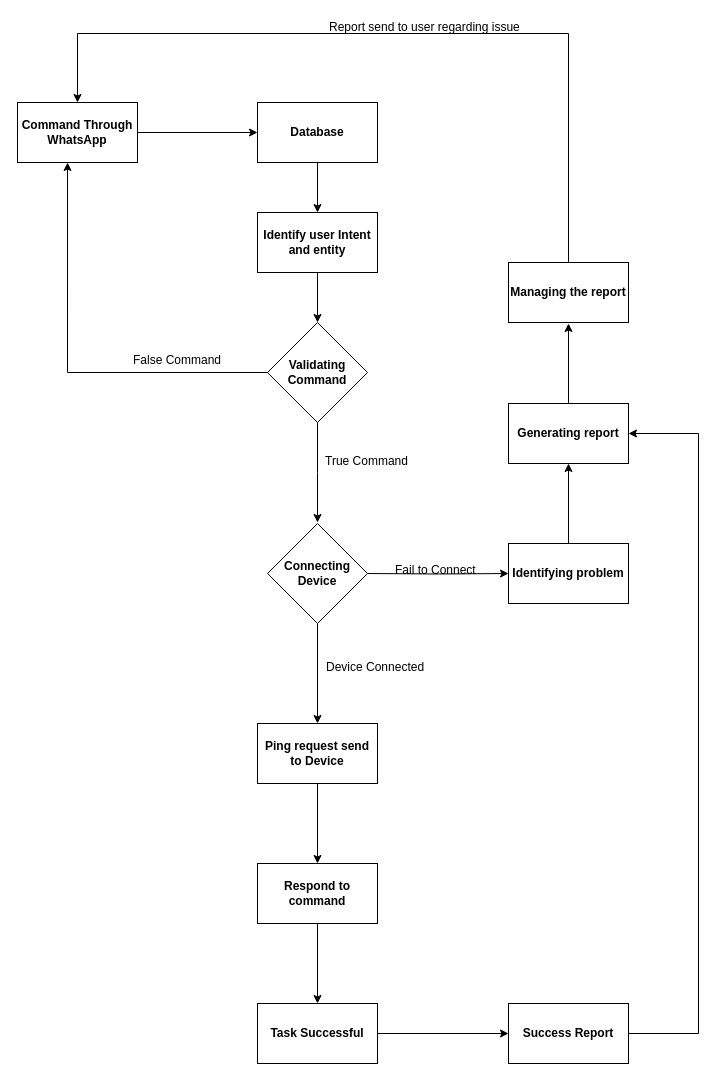
Rakholia1842/ERDiagram keeps this draw.io diagram as Untitled Diagram.drawio. Above is the earlier version. Source tidied: cells renumbered, new cells numbered last; positions are measured from the earlier drawing's top-left corner, leaving out a move shared by most shapes. Both pictures are drawn from the tidied source at 100%, with x=0, y=0 at pixel (17, 17).
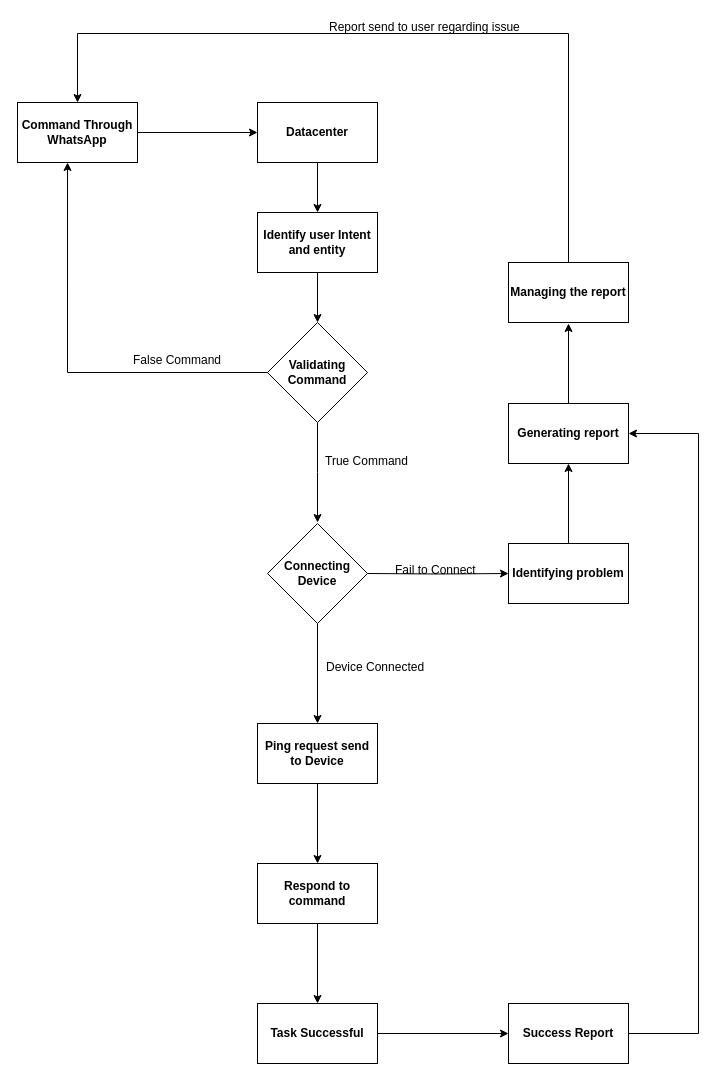
The same page after the edit.

The edit, as a diff of the source:
```diff
@@
-    <mxCell id="5" value="&lt;b&gt;Database&lt;/b&gt;" style="rounded=0;whiteSpace=wrap;html=1;align=center;" parent="1" vertex="1">
+    <mxCell id="5" value="&lt;b&gt;Datacenter&lt;/b&gt;" style="rounded=0;whiteSpace=wrap;html=1;align=center;" parent="1" vertex="1">
       <mxGeometry x="240" y="85" width="120" height="60" as="geometry" />
     </mxCell>
```
